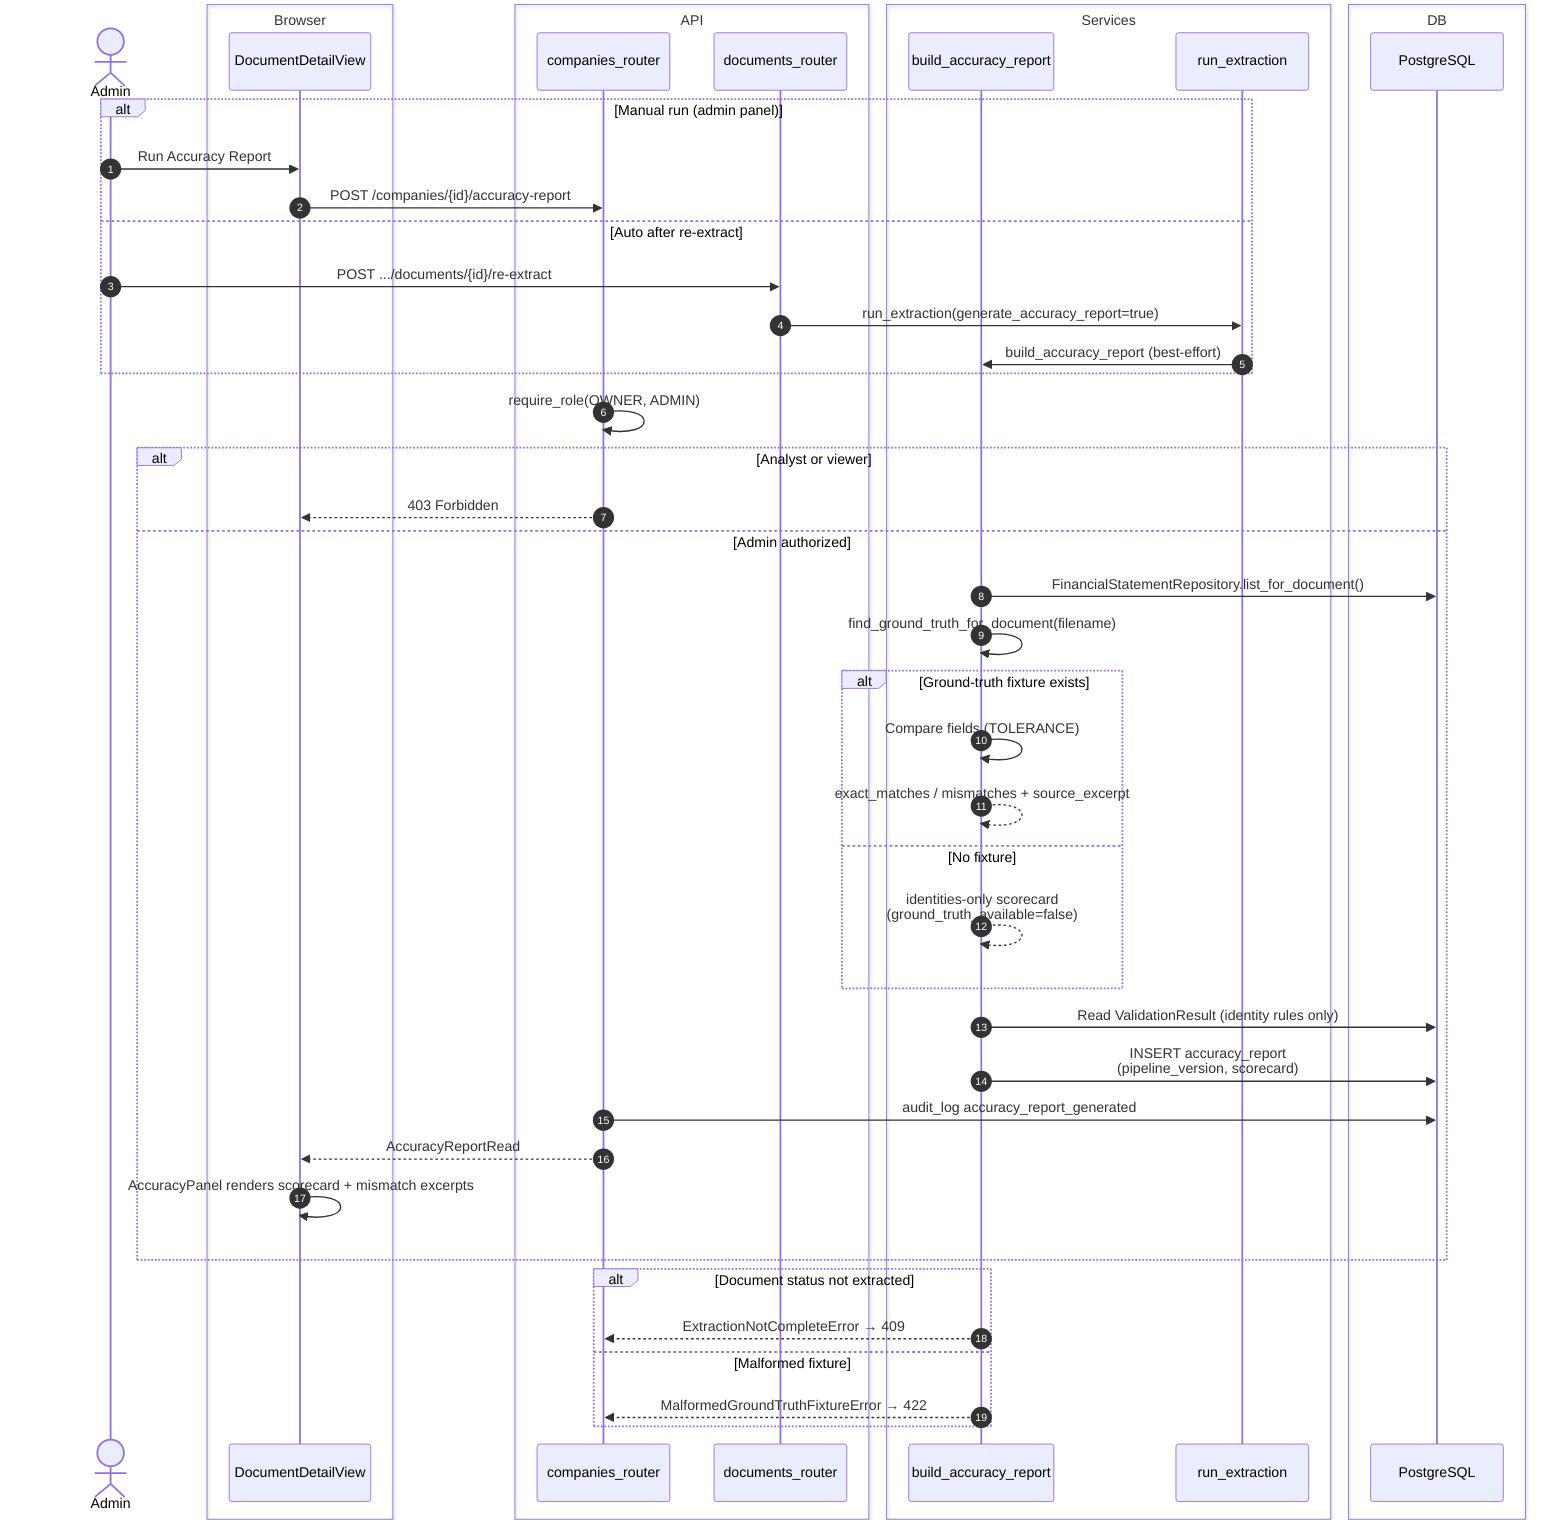
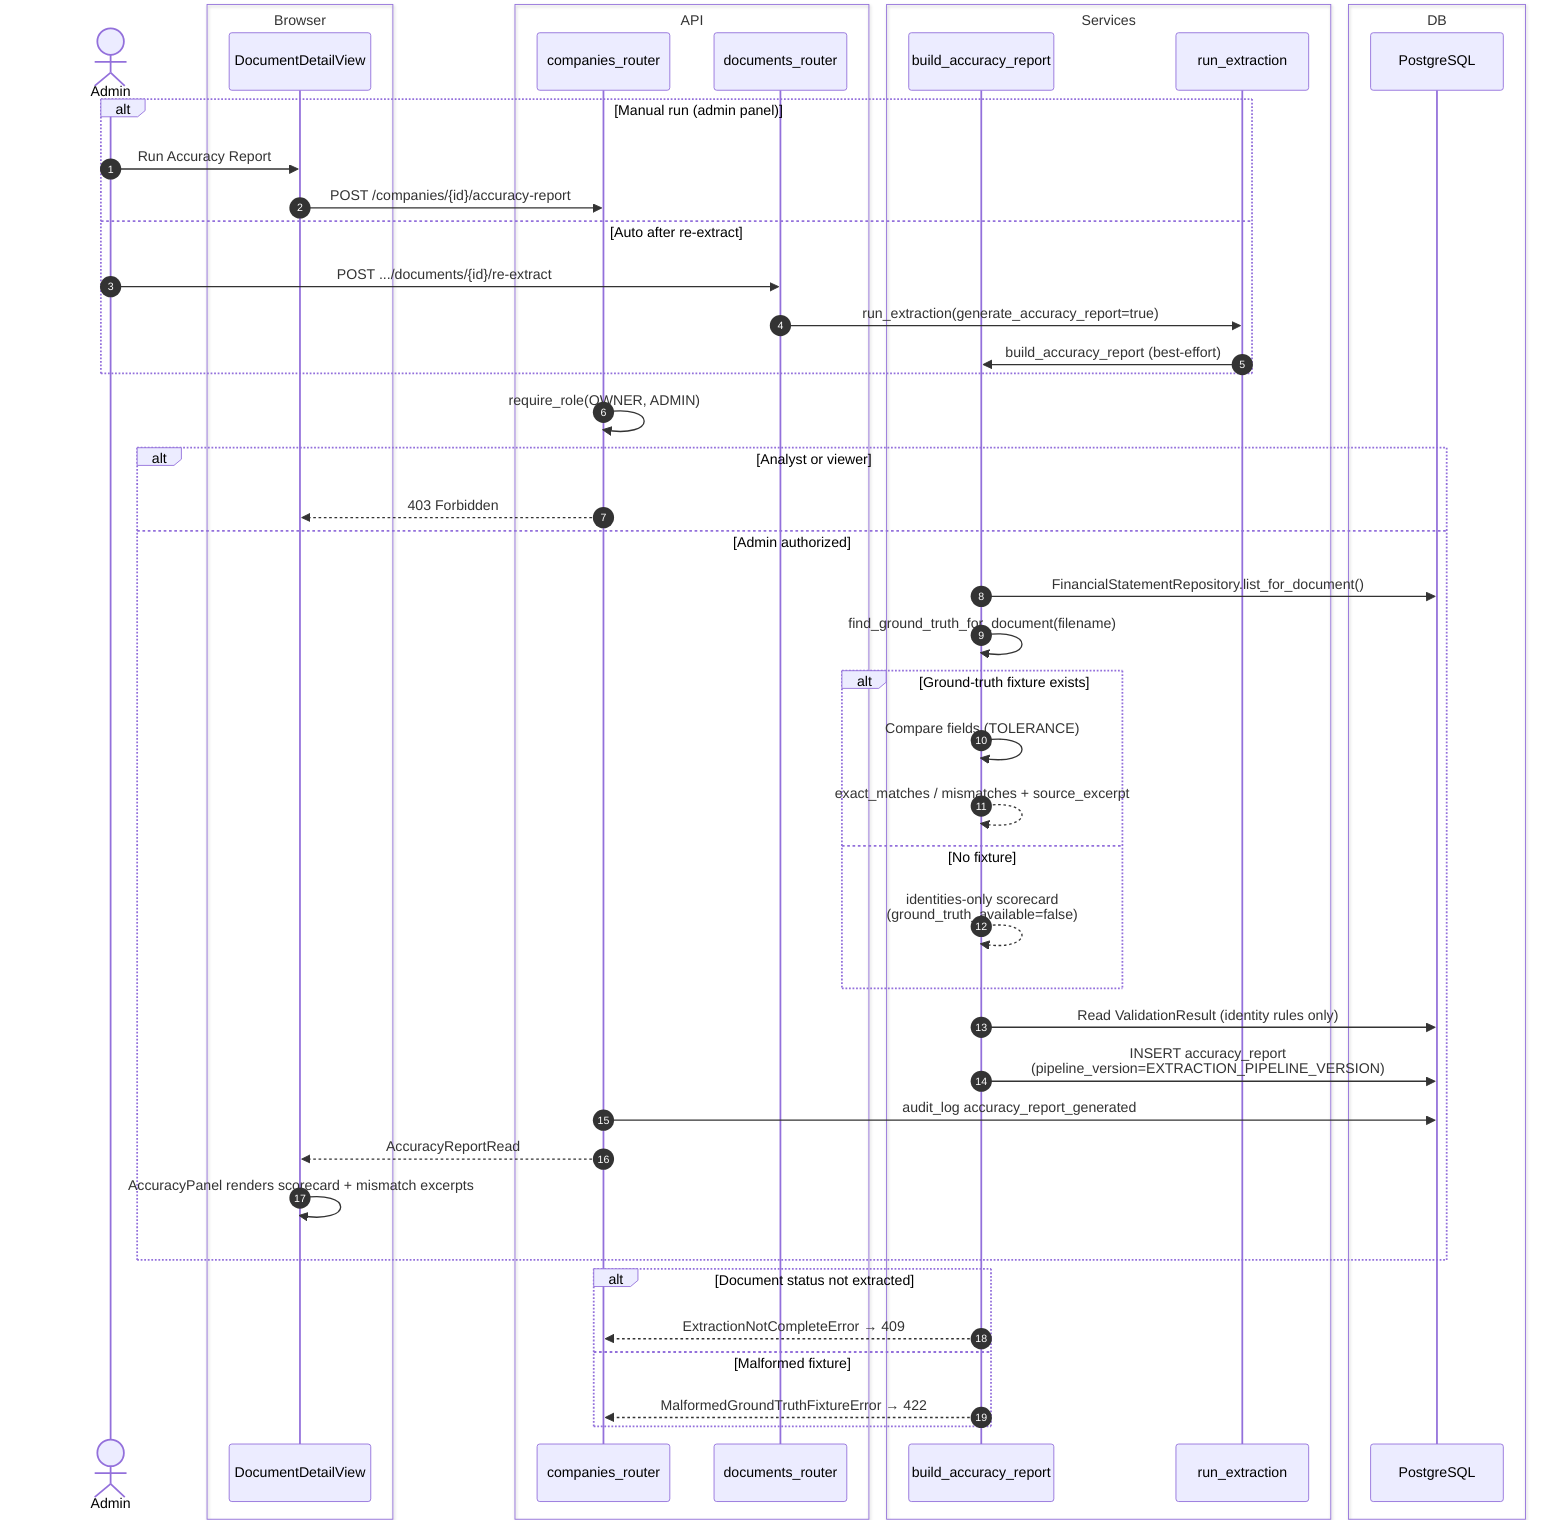
sequenceDiagram
    autonumber
    actor Admin
    box Browser
        participant Browser as DocumentDetailView
    end
    box API
        participant API as companies_router
        participant DocsAPI as documents_router
    end
    box Services
        participant AccuracySvc as build_accuracy_report
        participant Pipeline as run_extraction
    end
    box DB
        participant DB as PostgreSQL
    end

    alt Manual run (admin panel)
        Admin->>Browser: Run Accuracy Report
        Browser->>API: POST /companies/{id}/accuracy-report
    else Auto after re-extract
        Admin->>DocsAPI: POST .../documents/{id}/re-extract
        DocsAPI->>Pipeline: run_extraction(generate_accuracy_report=true)
        Pipeline->>AccuracySvc: build_accuracy_report (best-effort)
    end

    API->>API: require_role(OWNER, ADMIN)

    alt Analyst or viewer
        API-->>Browser: 403 Forbidden
    else Admin authorized
        AccuracySvc->>DB: FinancialStatementRepository.list_for_document()
        AccuracySvc->>AccuracySvc: find_ground_truth_for_document(filename)

        alt Ground-truth fixture exists
            AccuracySvc->>AccuracySvc: Compare fields (TOLERANCE)
            AccuracySvc-->>AccuracySvc: exact_matches / mismatches + source_excerpt
        else No fixture
            AccuracySvc-->>AccuracySvc: identities-only scorecard<br/>(ground_truth_available=false)
        end

        AccuracySvc->>DB: Read ValidationResult (identity rules only)
-         AccuracySvc->>DB: INSERT accuracy_report<br/>(pipeline_version, scorecard)
+         AccuracySvc->>DB: INSERT accuracy_report<br/>(pipeline_version=EXTRACTION_PIPELINE_VERSION)
        API->>DB: audit_log accuracy_report_generated
        API-->>Browser: AccuracyReportRead
        Browser->>Browser: AccuracyPanel renders scorecard + mismatch excerpts
    end

    alt Document status not extracted
        AccuracySvc-->>API: ExtractionNotCompleteError → 409
    else Malformed fixture
        AccuracySvc-->>API: MalformedGroundTruthFixtureError → 422
    end
